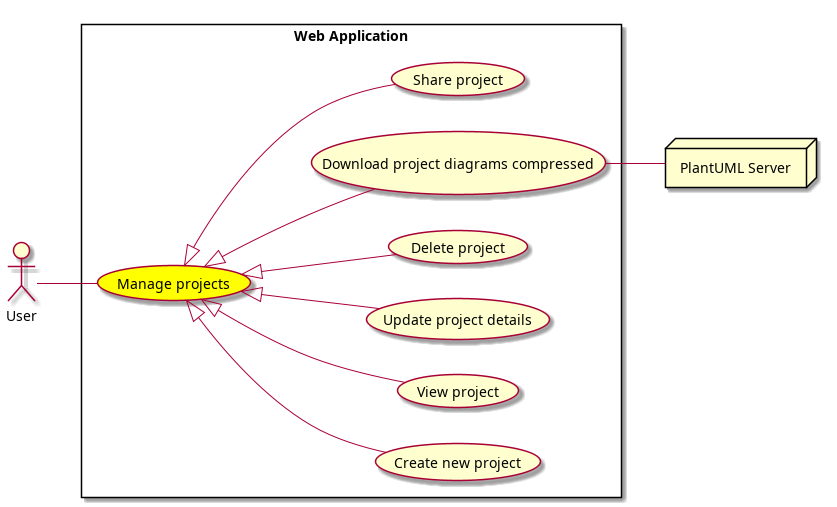
souhaib-askri/report_pfe keeps this PlantUML diagram as conception/SprintIII/use_case_diagrams/refined_use_case_feature_project_management.png. Above is the earlier version. Its source is kept beside it as conception/SprintIII/use_case_diagrams/refined_use_case_feature_project_management.puml.
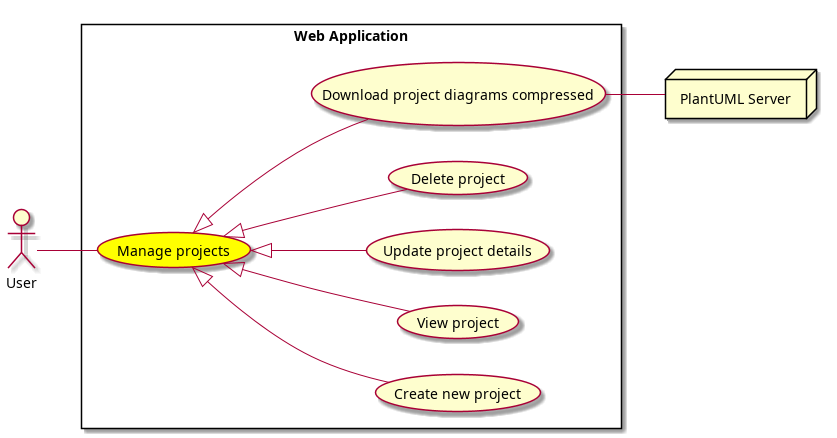
After the commit.

The edit, as a diff of the source:
```diff
@@ -12,7 +12,6 @@
     usecase "Update project details" as UpdateProjectDetails
     usecase "Delete project" as DeleteProject
     usecase "Download project diagrams compressed" as DownloadProjectDiagrams
-    usecase "Share project" as ShareProject
 
 }
 
@@ -23,7 +22,6 @@
 ManageProjects <|-- UpdateProjectDetails
 ManageProjects <|-- DeleteProject
 ManageProjects <|-- DownloadProjectDiagrams
-ManageProjects <|-- ShareProject
 
 DownloadProjectDiagrams -- PlantUMLServer
 @enduml
```
